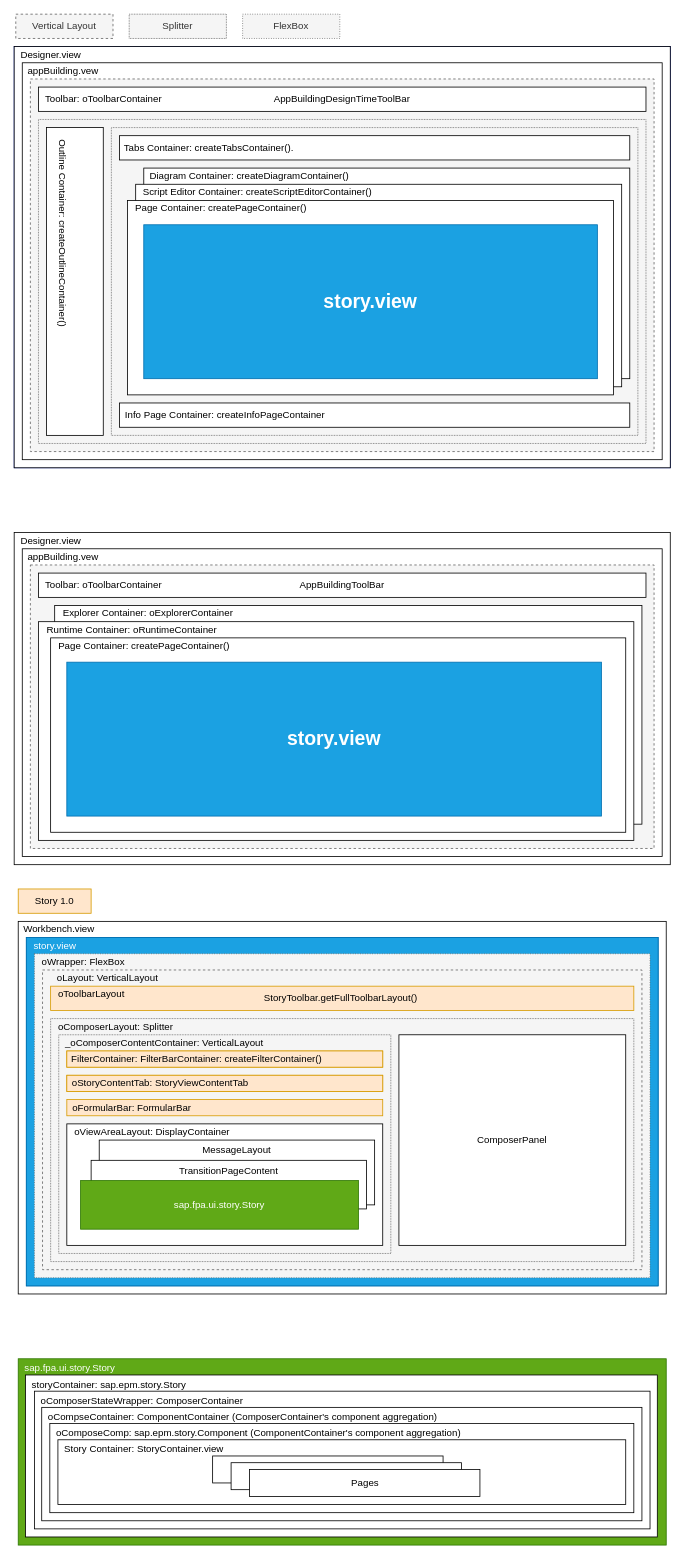
Earlier version of the draw.io diagram Application.drawio (windsonic/files). Source tidied: cells renumbered, new cells numbered last; positions are measured from the earlier drawing's top-left corner, leaving out a move shared by most shapes. Both pictures are drawn from the tidied source at 81%, with x=0, y=0 at pixel (-39, 14).
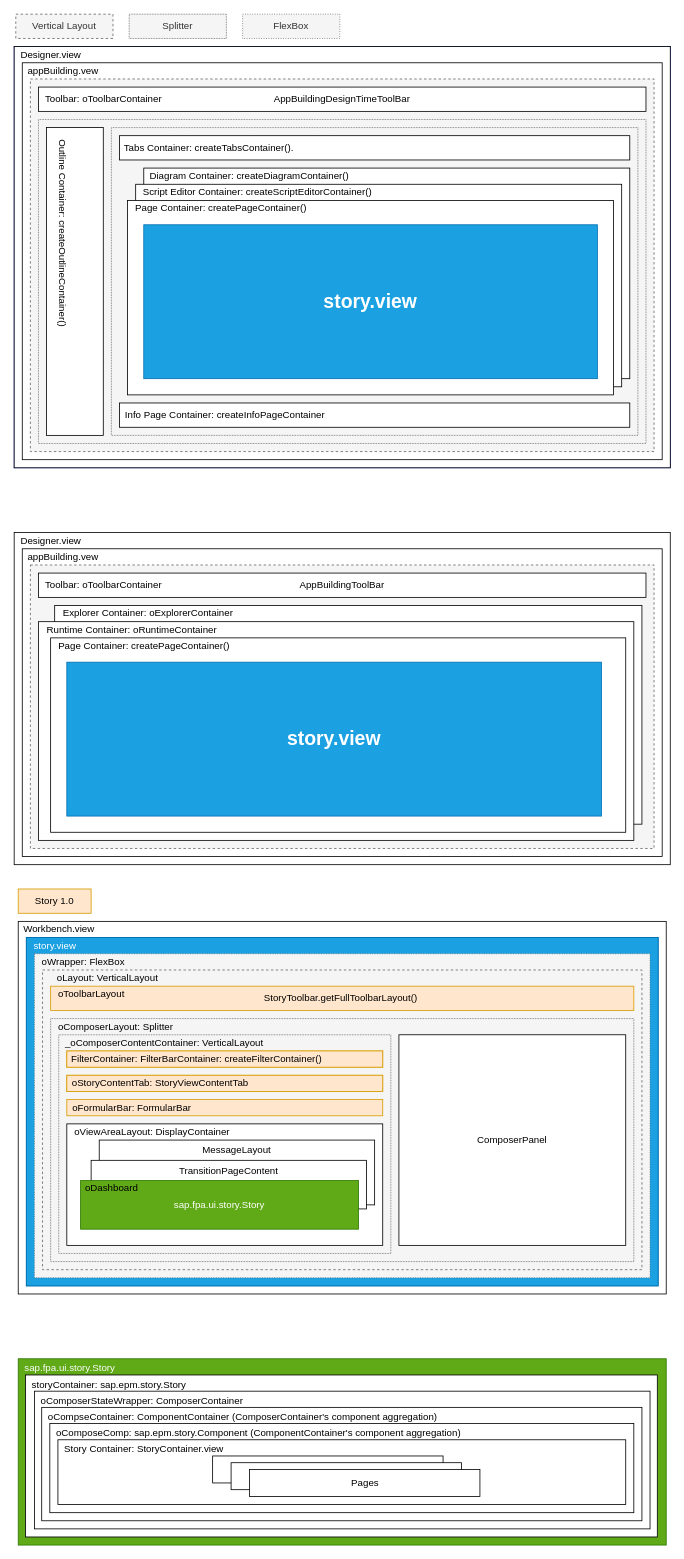
The same page after the edit.

The change refers to these unchanged cells:
```xml
<mxCell id="58" style="group;verticalAlign=middle;" parent="1" vertex="1">
  <mxGeometry x="120" y="1260" width="410" height="270" as="geometry" />
</mxCell>
```

Change to the diagram source:
```diff
@@
+    <mxCell id="86" value="oDashboard" style="text;html=1;align=center;verticalAlign=middle;fillColor=none;strokeColor=none;rounded=0;fontColor=#000000;" parent="58" vertex="1">
+      <mxGeometry x="27" y="180" width="75" height="18" as="geometry" />
+    </mxCell>
```
